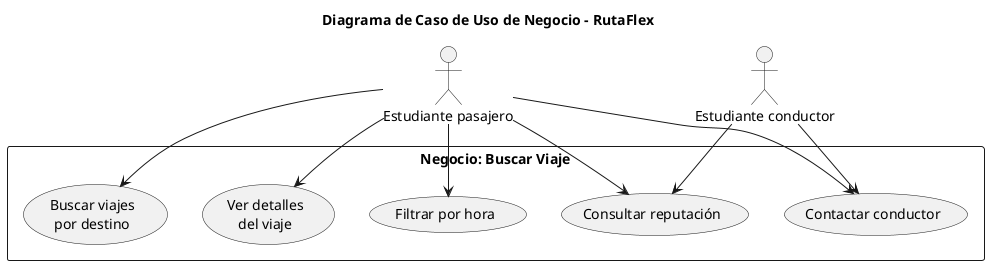
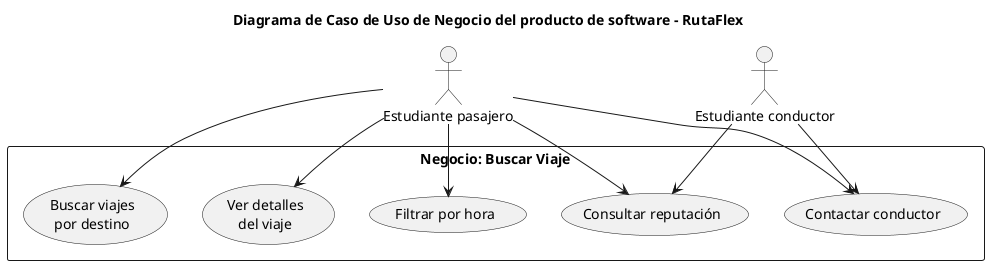

@startuml
- title Diagrama de Caso de Uso de Negocio - RutaFlex
+ title Diagrama de Caso de Uso de Negocio del producto de software - RutaFlex

skinparam packageStyle rectangle

actor "Estudiante pasajero" as Pasajero
actor "Estudiante conductor" as Conductor

rectangle "Negocio: Buscar Viaje" {
  usecase "Buscar viajes\npor destino" as UC1
  usecase "Filtrar por hora" as UC2
  usecase "Ver detalles\ndel viaje" as UC3
  usecase "Consultar reputación" as UC4
  usecase "Contactar conductor" as UC5
}

Pasajero --> UC1
Pasajero --> UC2
Pasajero --> UC3
Pasajero --> UC4
Pasajero --> UC5

Conductor --> UC4
Conductor --> UC5
@enduml
